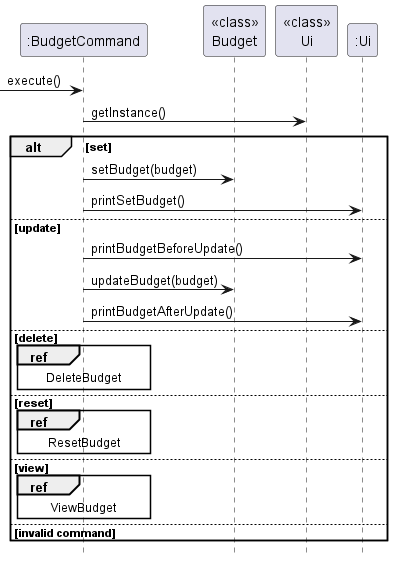
Before: docs/images/Budget.png, a diagram exported from PlantUML (nus-cs2113-AY2324S1/tp). The source it was exported from:
```plantuml
@startuml

participant ":BudgetCommand" as BudgetCommand
participant "<<class>>\nBudget" as Budget
participant "<<class>>\nUi" as UiClass
participant ":Ui" as Ui

-> BudgetCommand: execute()
BudgetCommand -> UiClass: getInstance()

alt set
    BudgetCommand -> Budget: setBudget(budget)
    BudgetCommand -> Ui: printSetBudget()
else update
    BudgetCommand -> Ui: printBudgetBeforeUpdate()
    BudgetCommand -> Budget: updateBudget(budget)
    BudgetCommand -> Ui: printBudgetAfterUpdate()
else delete
    ref over BudgetCommand: DeleteBudget
else reset
    ref over BudgetCommand: ResetBudget
else view
    ref over BudgetCommand: ViewBudget
else invalid command
end

hide footbox
@enduml
```
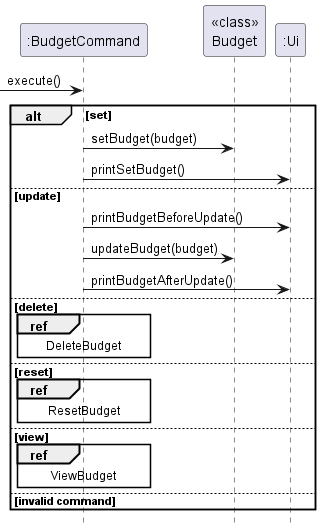
Later version of the same file.

What changed in the source:
```diff
@@ -2,11 +2,9 @@
 
 participant ":BudgetCommand" as BudgetCommand
 participant "<<class>>\nBudget" as Budget
-participant "<<class>>\nUi" as UiClass
 participant ":Ui" as Ui
 
 -> BudgetCommand: execute()
-BudgetCommand -> UiClass: getInstance()
 
 alt set
     BudgetCommand -> Budget: setBudget(budget)
```
